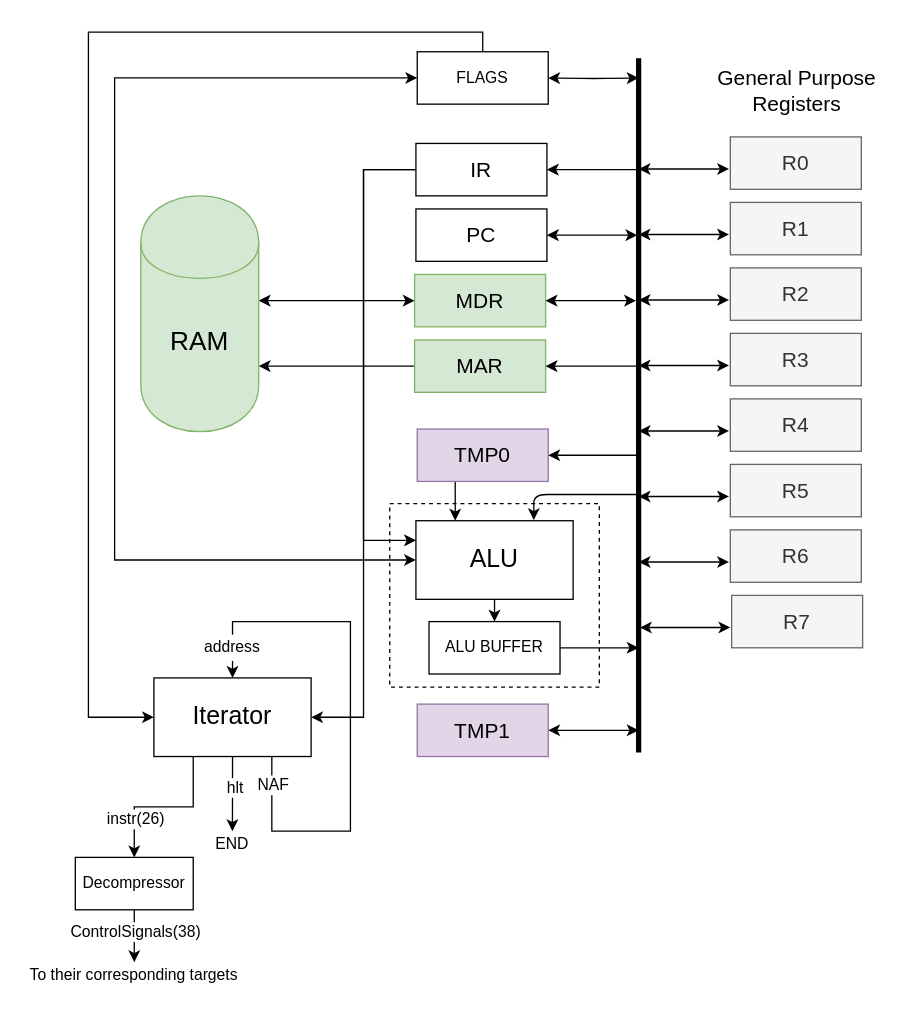
Earlier version of the draw.io diagram docs/scheme.drawio (DarkGeekMS/simple-pdp11). Source tidied: cells renumbered, new cells numbered last; positions are measured from the earlier drawing's top-left corner, leaving out a move shared by most shapes. Both pictures are drawn from the tidied source at 131%, with x=0, y=0 at pixel (22, 31).
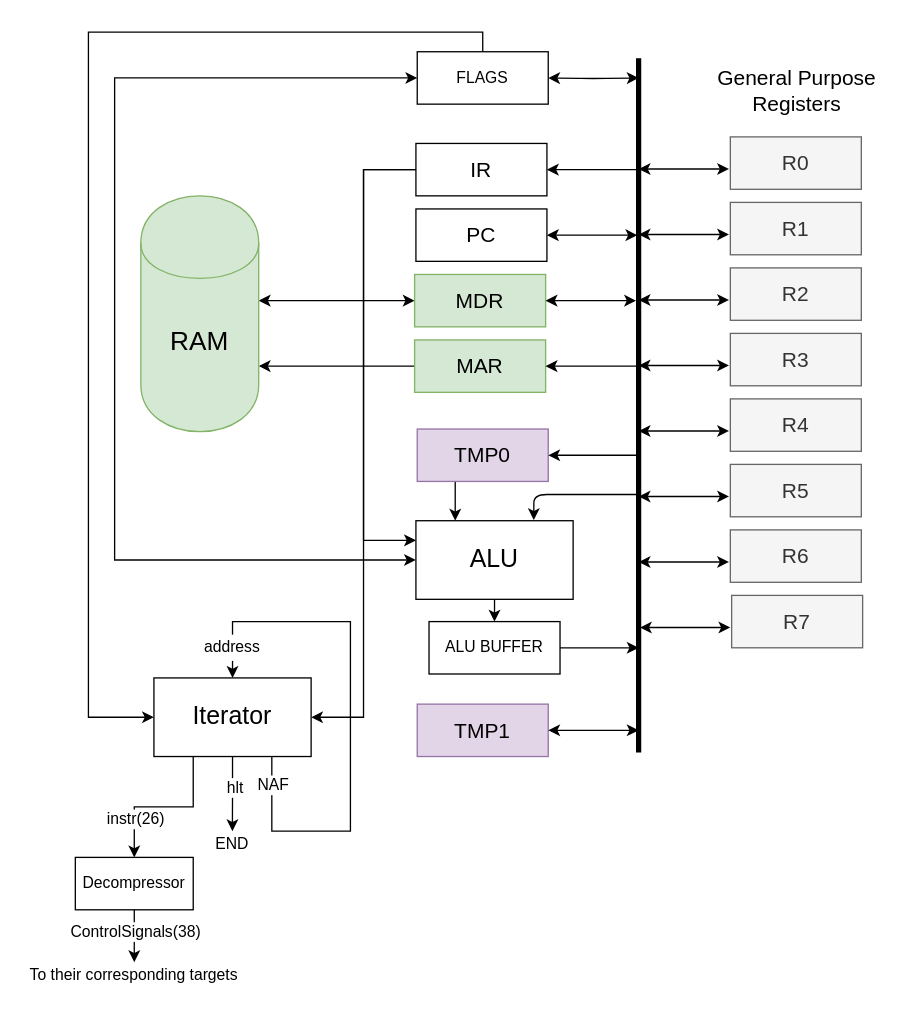
The same diagram, later.

Commit message (it also covers changes not shown here):
main_tb: added buffer to alu, updated scheme

Diff of the diagram source:
```diff
@@
-    <mxCell id="2" style="rounded=0;whiteSpace=wrap;html=1;fillColor=#ffffff;dashed=1;glass=0;" parent="1" vertex="1">
-      <mxGeometry x="280" y="360" width="160" height="140" as="geometry" />
-    </mxCell>
```
